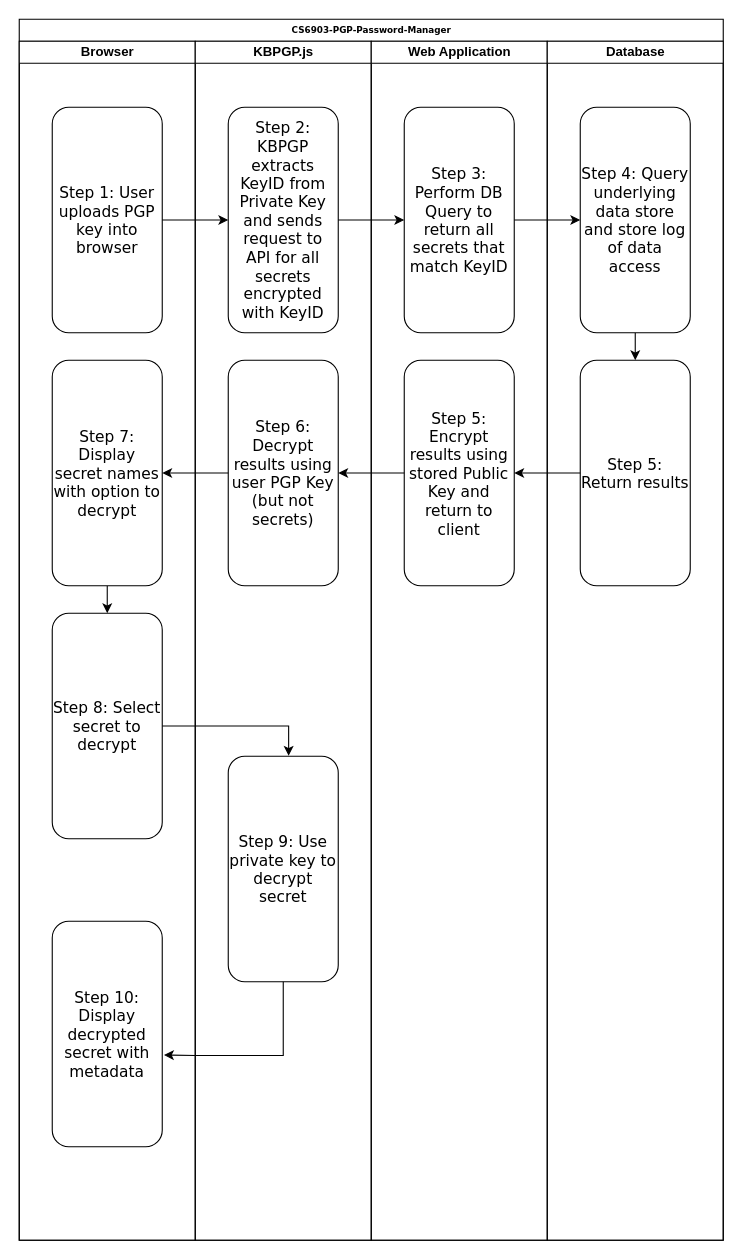
This is page "Decryption Workflow" (2 of 3) of documentation/CS6903-PGP-Password-Manager-Workflow.drawio from joelbcastillo/CS6903-PGP-Password-Manager, a draw.io file, before an edit. Source tidied: cells renumbered, new cells numbered last; positions are measured from the earlier drawing's top-left corner, leaving out a move shared by most shapes. Both pictures are drawn from the tidied source at 110%, with x=0, y=0 at pixel (19, 19).
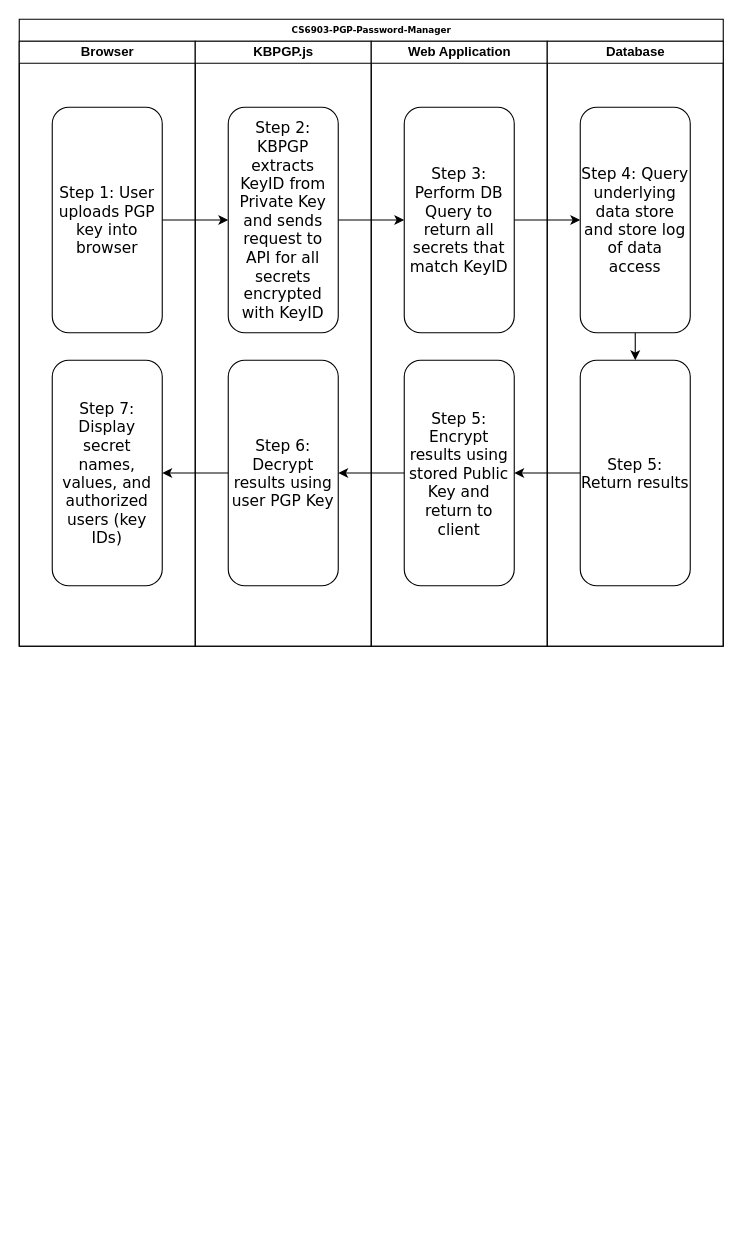
After the change.

The edit, as a diff of the source:
```diff
@@
     <mxCell id="2" value="CS6903-PGP-Password-Manager" style="swimlane;html=1;startSize=20;rounded=0;shadow=0;labelBackgroundColor=none;strokeWidth=1;fontFamily=Verdana;fontSize=8;align=center;" parent="1" vertex="1">
-      <mxGeometry width="640" height="1110" as="geometry" />
+      <mxGeometry width="640" height="570" as="geometry" />
     </mxCell>
     <mxCell id="3" value="Browser" style="swimlane;html=1;startSize=20;" parent="2" vertex="1">
-      <mxGeometry y="20" width="160" height="1090" as="geometry" />
+      <mxGeometry y="20" width="160" height="550" as="geometry" />
     </mxCell>
@@
-    <mxCell id="5" style="edgeStyle=orthogonalEdgeStyle;rounded=0;jettySize=auto;html=1;exitX=0.5;exitY=1;exitDx=0;exitDy=0;entryX=0.5;entryY=0;entryDx=0;entryDy=0;" parent="3" edge="1" source="6" target="7">
-      <mxGeometry relative="1" as="geometry" />
-    </mxCell>
-    <mxCell id="6" value="&lt;font style=&quot;font-size: 14px&quot;&gt;Step 7: Display secret names with option to decrypt&lt;br&gt;&lt;/font&gt;" style="rounded=1;whiteSpace=wrap;html=1;shadow=0;labelBackgroundColor=none;strokeWidth=1;fontFamily=Verdana;fontSize=8;align=center;" parent="3" vertex="1">
+    <mxCell id="6" value="&lt;font style=&quot;font-size: 14px&quot;&gt;Step 7: Display secret names, values, and authorized users (key IDs)&lt;br&gt;&lt;/font&gt;" style="rounded=1;whiteSpace=wrap;html=1;shadow=0;labelBackgroundColor=none;strokeWidth=1;fontFamily=Verdana;fontSize=8;align=center;" parent="3" vertex="1">
       <mxGeometry x="30" y="290" width="100" height="205" as="geometry" />
     </mxCell>
-    <mxCell id="7" value="&lt;font style=&quot;font-size: 14px&quot;&gt;Step 8: Select secret to decrypt&lt;br&gt;&lt;/font&gt;" style="rounded=1;whiteSpace=wrap;html=1;shadow=0;labelBackgroundColor=none;strokeWidth=1;fontFamily=Verdana;fontSize=8;align=center;" parent="3" vertex="1">
-      <mxGeometry x="30" y="520" width="100" height="205" as="geometry" />
-    </mxCell>
-    <mxCell id="8" value="&lt;font style=&quot;font-size: 14px&quot;&gt;Step 10: Display decrypted secret with metadata&lt;br&gt;&lt;/font&gt;" style="rounded=1;whiteSpace=wrap;html=1;shadow=0;labelBackgroundColor=none;strokeWidth=1;fontFamily=Verdana;fontSize=8;align=center;" parent="3" vertex="1">
-      <mxGeometry x="30" y="800" width="100" height="205" as="geometry" />
-    </mxCell>
@@
     <mxCell id="20" value="KBPGP.js" style="swimlane;html=1;startSize=20;" parent="2" vertex="1">
-      <mxGeometry x="160" y="20" width="160" height="1090" as="geometry" />
+      <mxGeometry x="160" y="20" width="160" height="550" as="geometry" />
     </mxCell>
@@
-    <mxCell id="22" value="&lt;font style=&quot;font-size: 14px&quot;&gt;Step 6: Decrypt results using user PGP Key (but not secrets)&lt;br&gt;&lt;/font&gt;" style="rounded=1;whiteSpace=wrap;html=1;shadow=0;labelBackgroundColor=none;strokeWidth=1;fontFamily=Verdana;fontSize=8;align=center;" parent="20" vertex="1">
+    <mxCell id="22" value="&lt;font style=&quot;font-size: 14px&quot;&gt;Step 6: Decrypt results using user PGP Key&lt;br&gt;&lt;/font&gt;" style="rounded=1;whiteSpace=wrap;html=1;shadow=0;labelBackgroundColor=none;strokeWidth=1;fontFamily=Verdana;fontSize=8;align=center;" parent="20" vertex="1">
       <mxGeometry x="30" y="290" width="100" height="205" as="geometry" />
     </mxCell>
-    <mxCell id="23" value="&lt;font style=&quot;font-size: 14px&quot;&gt;Step 9: Use private key to decrypt secret&lt;br&gt;&lt;/font&gt;" style="rounded=1;whiteSpace=wrap;html=1;shadow=0;labelBackgroundColor=none;strokeWidth=1;fontFamily=Verdana;fontSize=8;align=center;" parent="20" vertex="1">
-      <mxGeometry x="30" y="650" width="100" height="205" as="geometry" />
-    </mxCell>
     <mxCell id="24" value="Web Application" style="swimlane;html=1;startSize=20;" parent="2" vertex="1">
-      <mxGeometry x="320" y="20" width="160" height="1090" as="geometry" />
+      <mxGeometry x="320" y="20" width="160" height="550" as="geometry" />
     </mxCell>
@@
     <mxCell id="28" value="Database" style="swimlane;html=1;startSize=20;" parent="2" vertex="1">
-      <mxGeometry x="480" y="20" width="160" height="1090" as="geometry" />
+      <mxGeometry x="480" y="20" width="160" height="550" as="geometry" />
     </mxCell>
@@
-    <mxCell id="40" style="edgeStyle=orthogonalEdgeStyle;rounded=0;jettySize=auto;html=1;exitX=1;exitY=0.5;exitDx=0;exitDy=0;entryX=0.549;entryY=-0.002;entryDx=0;entryDy=0;entryPerimeter=0;" parent="2" edge="1" source="7" target="23">
-      <mxGeometry relative="1" as="geometry" />
-    </mxCell>
-    <mxCell id="41" style="edgeStyle=orthogonalEdgeStyle;rounded=0;jettySize=auto;html=1;entryX=1.016;entryY=0.593;entryDx=0;entryDy=0;entryPerimeter=0;" parent="2" edge="1" source="23" target="8">
-      <mxGeometry relative="1" as="geometry">
-        <Array as="points">
-          <mxPoint x="240" y="942" />
-          <mxPoint x="160" y="942" />
-        </Array>
-      </mxGeometry>
-    </mxCell>
```
